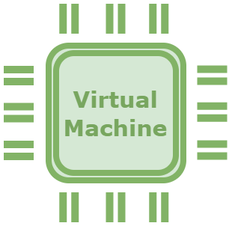
The draw.io diagram image/vcpu.png in vxlang/vxlang.github.io, before a commit. Source tidied: cells renumbered, new cells last; positions are measured from the earlier drawing's top-left corner, leaving out a move shared by most shapes.
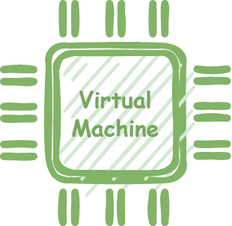
The same file after the commit.

Change to the diagram source:
```diff
@@ -2,76 +2,76 @@
   <root>
     <mxCell id="0" />
     <mxCell id="1" parent="0" />
-    <mxCell id="2" style="endArrow=none;html=1;rounded=1;fontFamily=Comic Sans MS;fontSize=18;fontColor=#78A65F;strokeWidth=5;fillColor=#d5e8d4;strokeColor=#82b366;shape=link;" parent="1" edge="1">
+    <mxCell id="2" style="endArrow=none;html=1;rounded=1;fontFamily=Comic Sans MS;fontSize=18;fontColor=#78A65F;strokeWidth=5;fillColor=#d5e8d4;strokeColor=#82b366;shape=link;sketch=1;" parent="1" edge="1">
       <mxGeometry relative="1" as="geometry">
         <mxPoint x="20" y="98" as="sourcePoint" />
         <mxPoint y="98" as="targetPoint" />
       </mxGeometry>
     </mxCell>
-    <mxCell id="3" value="&lt;font face=&quot;Verdana&quot; color=&quot;#78a65f&quot; style=&quot;font-size: 15px;&quot;&gt;&lt;b style=&quot;&quot;&gt;Virtual&lt;br&gt;Machine&lt;/b&gt;&lt;/font&gt;" style="shape=ext;double=1;rounded=1;whiteSpace=wrap;html=1;strokeColor=#82b366;strokeWidth=4;fillColor=#d5e8d4;gradientDirection=east;" parent="1" vertex="1">
+    <mxCell id="3" value="&lt;font face=&quot;Comic Sans MS&quot; color=&quot;#78a65f&quot; style=&quot;font-size: 15px;&quot;&gt;&lt;b style=&quot;&quot;&gt;Virtual&lt;br&gt;Machine&lt;/b&gt;&lt;/font&gt;" style="shape=ext;double=1;rounded=1;whiteSpace=wrap;html=1;strokeColor=#82b366;strokeWidth=4;fillColor=#d5e8d4;gradientDirection=east;sketch=1;" parent="1" vertex="1">
       <mxGeometry x="30" y="28" width="90" height="90" as="geometry" />
     </mxCell>
-    <mxCell id="4" style="endArrow=none;html=1;rounded=1;fontFamily=Comic Sans MS;fontSize=18;fontColor=#78A65F;strokeWidth=5;fillColor=#d5e8d4;strokeColor=#82b366;shape=link;" parent="1" edge="1">
+    <mxCell id="4" style="endArrow=none;html=1;rounded=1;fontFamily=Comic Sans MS;fontSize=18;fontColor=#78A65F;strokeWidth=5;fillColor=#d5e8d4;strokeColor=#82b366;shape=link;sketch=1;" parent="1" edge="1">
       <mxGeometry relative="1" as="geometry">
         <mxPoint x="20" y="72.7" as="sourcePoint" />
         <mxPoint y="72.7" as="targetPoint" />
       </mxGeometry>
     </mxCell>
-    <mxCell id="5" style="endArrow=none;html=1;rounded=1;fontFamily=Comic Sans MS;fontSize=18;fontColor=#78A65F;strokeWidth=5;fillColor=#d5e8d4;strokeColor=#82b366;shape=link;" parent="1" edge="1">
+    <mxCell id="5" style="endArrow=none;html=1;rounded=1;fontFamily=Comic Sans MS;fontSize=18;fontColor=#78A65F;strokeWidth=5;fillColor=#d5e8d4;strokeColor=#82b366;shape=link;sketch=1;" parent="1" edge="1">
       <mxGeometry relative="1" as="geometry">
         <mxPoint x="20" y="48" as="sourcePoint" />
         <mxPoint y="48" as="targetPoint" />
       </mxGeometry>
     </mxCell>
-    <mxCell id="6" style="endArrow=none;html=1;rounded=1;fontFamily=Comic Sans MS;fontSize=18;fontColor=#78A65F;strokeWidth=5;fillColor=#d5e8d4;strokeColor=#82b366;shape=link;" parent="1" edge="1">
+    <mxCell id="6" style="endArrow=none;html=1;rounded=1;fontFamily=Comic Sans MS;fontSize=18;fontColor=#78A65F;strokeWidth=5;fillColor=#d5e8d4;strokeColor=#82b366;shape=link;sketch=1;" parent="1" edge="1">
       <mxGeometry relative="1" as="geometry">
         <mxPoint x="149.2" y="97.7" as="sourcePoint" />
         <mxPoint x="129.2" y="97.7" as="targetPoint" />
       </mxGeometry>
     </mxCell>
-    <mxCell id="7" style="endArrow=none;html=1;rounded=1;fontFamily=Comic Sans MS;fontSize=18;fontColor=#78A65F;strokeWidth=5;fillColor=#d5e8d4;strokeColor=#82b366;shape=link;" parent="1" edge="1">
+    <mxCell id="7" style="endArrow=none;html=1;rounded=1;fontFamily=Comic Sans MS;fontSize=18;fontColor=#78A65F;strokeWidth=5;fillColor=#d5e8d4;strokeColor=#82b366;shape=link;sketch=1;" parent="1" edge="1">
       <mxGeometry relative="1" as="geometry">
         <mxPoint x="149.2" y="72.4" as="sourcePoint" />
         <mxPoint x="129.2" y="72.4" as="targetPoint" />
       </mxGeometry>
     </mxCell>
-    <mxCell id="8" style="endArrow=none;html=1;rounded=1;fontFamily=Comic Sans MS;fontSize=18;fontColor=#78A65F;strokeWidth=5;fillColor=#d5e8d4;strokeColor=#82b366;shape=link;" parent="1" edge="1">
+    <mxCell id="8" style="endArrow=none;html=1;rounded=1;fontFamily=Comic Sans MS;fontSize=18;fontColor=#78A65F;strokeWidth=5;fillColor=#d5e8d4;strokeColor=#82b366;shape=link;sketch=1;" parent="1" edge="1">
       <mxGeometry relative="1" as="geometry">
         <mxPoint x="149.2" y="47.7" as="sourcePoint" />
         <mxPoint x="129.2" y="47.7" as="targetPoint" />
       </mxGeometry>
     </mxCell>
-    <mxCell id="9" style="endArrow=none;html=1;rounded=1;fontFamily=Comic Sans MS;fontSize=18;fontColor=#78A65F;strokeWidth=5;fillColor=#d5e8d4;strokeColor=#82b366;shape=link;" parent="1" edge="1">
+    <mxCell id="9" style="endArrow=none;html=1;rounded=1;fontFamily=Comic Sans MS;fontSize=18;fontColor=#78A65F;strokeWidth=5;fillColor=#d5e8d4;strokeColor=#82b366;shape=link;sketch=1;" parent="1" edge="1">
       <mxGeometry relative="1" as="geometry">
         <mxPoint x="43.6" as="sourcePoint" />
         <mxPoint x="43.6" y="20" as="targetPoint" />
       </mxGeometry>
     </mxCell>
-    <mxCell id="10" style="endArrow=none;html=1;rounded=1;fontFamily=Comic Sans MS;fontSize=18;fontColor=#78A65F;strokeWidth=5;fillColor=#d5e8d4;strokeColor=#82b366;shape=link;" parent="1" edge="1">
+    <mxCell id="10" style="endArrow=none;html=1;rounded=1;fontFamily=Comic Sans MS;fontSize=18;fontColor=#78A65F;strokeWidth=5;fillColor=#d5e8d4;strokeColor=#82b366;shape=link;sketch=1;" parent="1" edge="1">
       <mxGeometry relative="1" as="geometry">
         <mxPoint x="74.7" as="sourcePoint" />
         <mxPoint x="74.7" y="20" as="targetPoint" />
       </mxGeometry>
     </mxCell>
-    <mxCell id="11" style="endArrow=none;html=1;rounded=1;fontFamily=Comic Sans MS;fontSize=18;fontColor=#78A65F;strokeWidth=5;fillColor=#d5e8d4;strokeColor=#82b366;shape=link;" parent="1" edge="1">
+    <mxCell id="11" style="endArrow=none;html=1;rounded=1;fontFamily=Comic Sans MS;fontSize=18;fontColor=#78A65F;strokeWidth=5;fillColor=#d5e8d4;strokeColor=#82b366;shape=link;sketch=1;" parent="1" edge="1">
       <mxGeometry relative="1" as="geometry">
         <mxPoint x="103.6" as="sourcePoint" />
         <mxPoint x="103.6" y="20" as="targetPoint" />
       </mxGeometry>
     </mxCell>
-    <mxCell id="12" style="endArrow=none;html=1;rounded=1;fontFamily=Comic Sans MS;fontSize=18;fontColor=#78A65F;strokeWidth=5;fillColor=#d5e8d4;strokeColor=#82b366;shape=link;" parent="1" edge="1">
+    <mxCell id="12" style="endArrow=none;html=1;rounded=1;fontFamily=Comic Sans MS;fontSize=18;fontColor=#78A65F;strokeWidth=5;fillColor=#d5e8d4;strokeColor=#82b366;shape=link;sketch=1;" parent="1" edge="1">
       <mxGeometry relative="1" as="geometry">
         <mxPoint x="43.6" y="126" as="sourcePoint" />
         <mxPoint x="43.6" y="146" as="targetPoint" />
       </mxGeometry>
     </mxCell>
-    <mxCell id="13" style="endArrow=none;html=1;rounded=1;fontFamily=Comic Sans MS;fontSize=18;fontColor=#78A65F;strokeWidth=5;fillColor=#d5e8d4;strokeColor=#82b366;shape=link;" parent="1" edge="1">
+    <mxCell id="13" style="endArrow=none;html=1;rounded=1;fontFamily=Comic Sans MS;fontSize=18;fontColor=#78A65F;strokeWidth=5;fillColor=#d5e8d4;strokeColor=#82b366;shape=link;sketch=1;" parent="1" edge="1">
       <mxGeometry relative="1" as="geometry">
         <mxPoint x="74.7" y="126" as="sourcePoint" />
         <mxPoint x="74.7" y="146" as="targetPoint" />
       </mxGeometry>
     </mxCell>
-    <mxCell id="14" style="endArrow=none;html=1;rounded=1;fontFamily=Comic Sans MS;fontSize=18;fontColor=#78A65F;strokeWidth=5;fillColor=#d5e8d4;strokeColor=#82b366;shape=link;" parent="1" edge="1">
+    <mxCell id="14" style="endArrow=none;html=1;rounded=1;fontFamily=Comic Sans MS;fontSize=18;fontColor=#78A65F;strokeWidth=5;fillColor=#d5e8d4;strokeColor=#82b366;shape=link;sketch=1;" parent="1" edge="1">
       <mxGeometry relative="1" as="geometry">
         <mxPoint x="103.6" y="126" as="sourcePoint" />
         <mxPoint x="103.6" y="146" as="targetPoint" />
```
